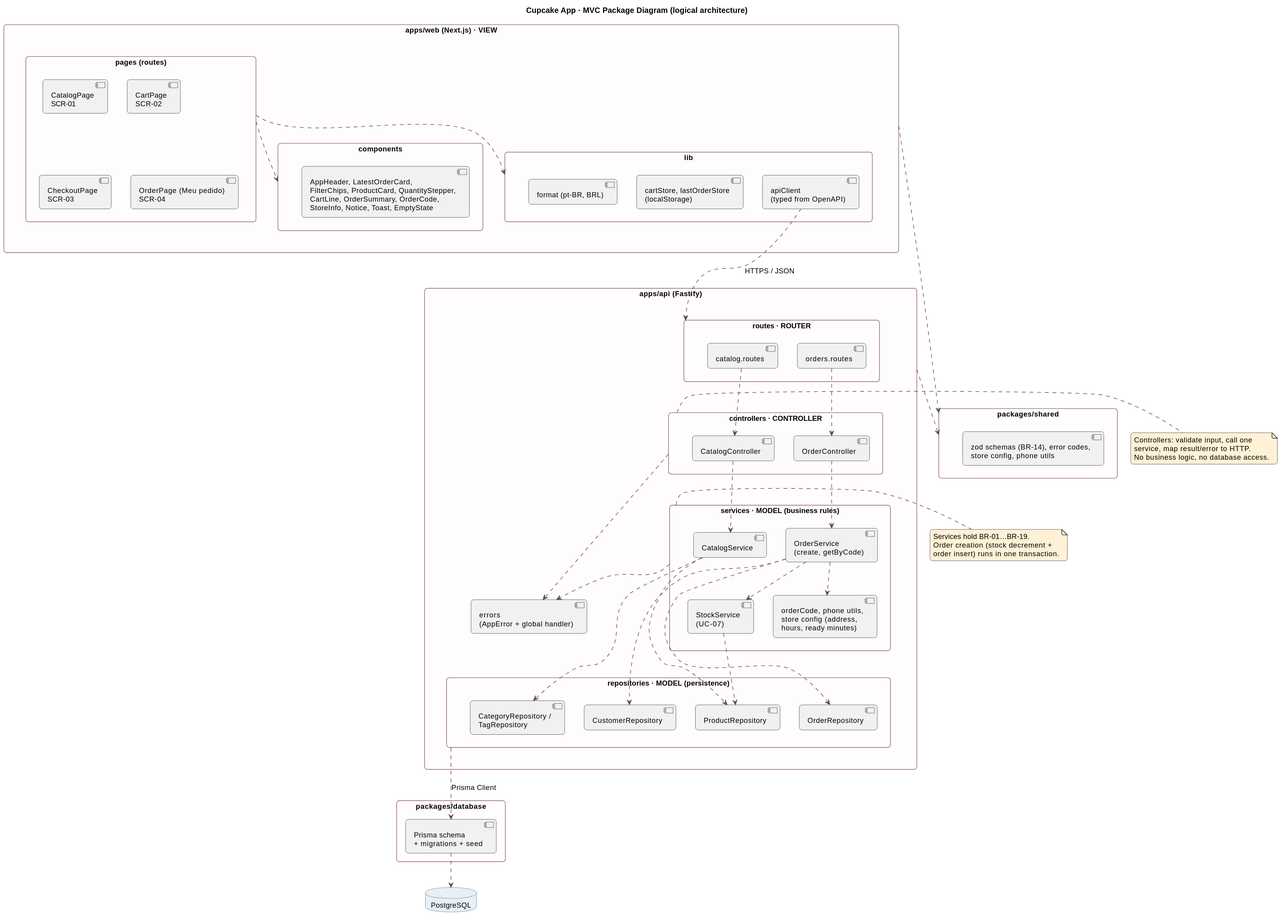
This is docs/diagrams/class-diagram/package-diagram.svg from tiagopacedev/cupcake-app, a PlantUML export, as it was before one commit. Its diagram source:
```plantuml
@startuml package-diagram
!include ../_style.iuml
title Cupcake App · MVC Package Diagram (logical architecture)
skinparam packageStyle rectangle

package "apps/web (Next.js) · VIEW" as WEB {
  package "pages (routes)" as WPages {
    [CatalogPage\nSCR-01] as P1
    [CartPage\nSCR-02] as P2
    [CheckoutPage\nSCR-03] as P3
    [OrderPage (Meu pedido)\nSCR-04] as P4
  }
  package "components" as WComp {
    [AppHeader, LatestOrderCard,\nFilterChips, ProductCard, QuantityStepper,\nCartLine, OrderSummary, OrderCode,\nStoreInfo, Notice, Toast, EmptyState] as C1
  }
  package "lib" as WLib {
    [apiClient\n(typed from OpenAPI)] as AC
    [cartStore, lastOrderStore\n(localStorage)] as CS
    [format (pt-BR, BRL)] as FMT
  }
}

package "apps/api (Fastify)" as API {
  package "routes · ROUTER" as R {
    [catalog.routes] as R1
    [orders.routes] as R2
  }
  package "controllers · CONTROLLER" as CT {
    [CatalogController] as CC
    [OrderController] as OC
  }
  package "services · MODEL (business rules)" as SV {
    [CatalogService] as CSV
    [OrderService\n(create, getByCode)] as OSV
    [StockService\n(UC-07)] as SSV
    [orderCode, phone utils,\nstore config (address,\nhours, ready minutes)] as UT
  }
  package "repositories · MODEL (persistence)" as RP {
    [ProductRepository] as PR
    [CategoryRepository /\nTagRepository] as CR
    [CustomerRepository] as CUR
    [OrderRepository] as OR
  }
  [errors\n(AppError + global handler)] as ERR
}

package "packages/database" as DBP {
  [Prisma schema\n+ migrations + seed] as PS
}

package "packages/shared" as SH {
  [zod schemas (BR-14), error codes,\nstore config, phone utils] as SHV
}

database "PostgreSQL" as PG

WPages ..> WComp
WPages ..> WLib
AC ..> R : HTTPS / JSON
R1 ..> CC
R2 ..> OC
CC ..> CSV
OC ..> OSV
OSV ..> SSV
OSV ..> UT
CSV ..> PR
CSV ..> CR
OSV ..> CUR
OSV ..> OR
SSV ..> PR
RP ..> PS : Prisma Client
PS ..> PG
CT ..> ERR
SV ..> ERR
WEB ..> SH
API ..> SH

note right of CT
  Controllers: validate input, call one
  service, map result/error to HTTP.
  No business logic, no database access.
end note
note right of SV
  Services hold BR-01…BR-19.
  Order creation (stock decrement +
  order insert) runs in one transaction.
end note
@enduml
```
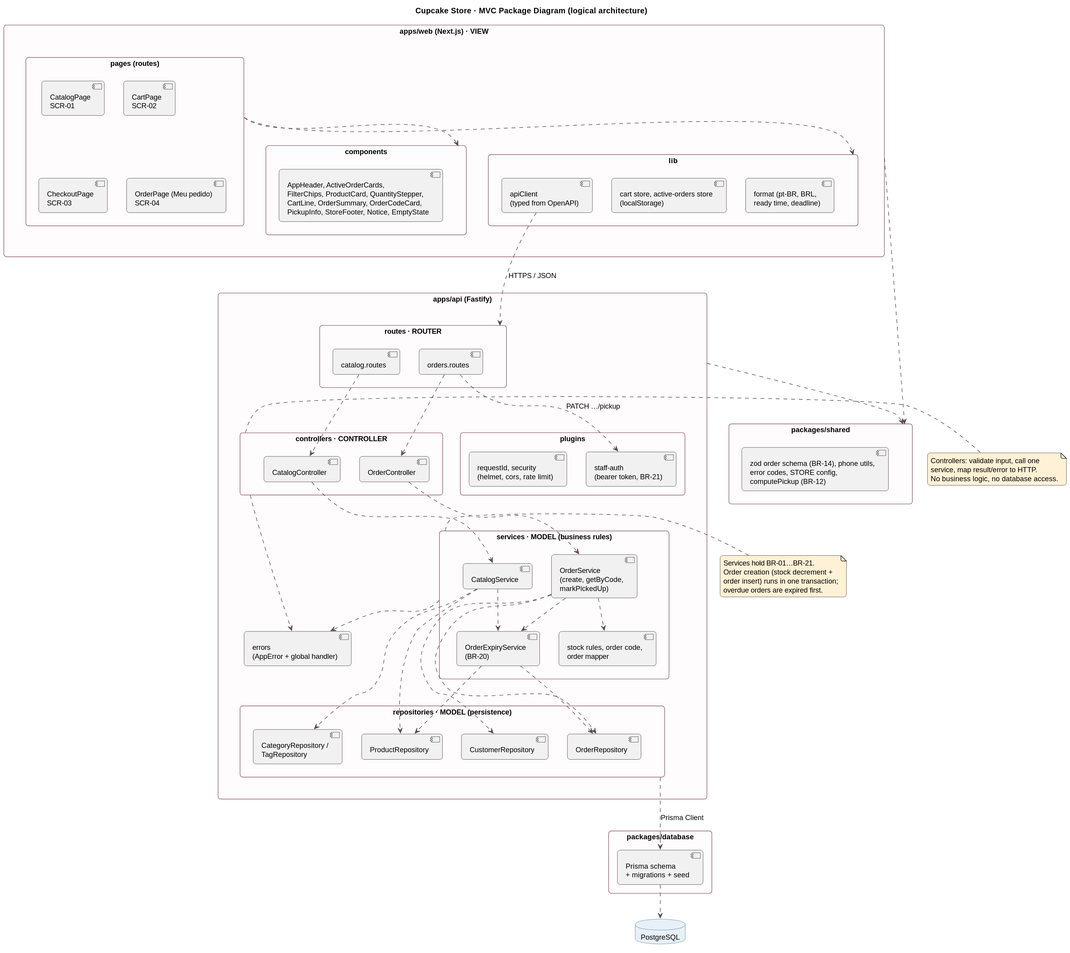
The same file after the commit.

Change to the diagram source:
```diff
@@ -1,6 +1,6 @@
 @startuml package-diagram
 !include ../_style.iuml
-title Cupcake App · MVC Package Diagram (logical architecture)
+title Cupcake Store · MVC Package Diagram (logical architecture)
 skinparam packageStyle rectangle
 
 package "apps/web (Next.js) · VIEW" as WEB {
@@ -11,16 +11,20 @@
     [OrderPage (Meu pedido)\nSCR-04] as P4
   }
   package "components" as WComp {
-    [AppHeader, LatestOrderCard,\nFilterChips, ProductCard, QuantityStepper,\nCartLine, OrderSummary, OrderCode,\nStoreInfo, Notice, Toast, EmptyState] as C1
+    [AppHeader, ActiveOrderCards,\nFilterChips, ProductCard, QuantityStepper,\nCartLine, OrderSummary, OrderCodeCard,\nPickupInfo, StoreFooter, Notice, EmptyState] as C1
   }
   package "lib" as WLib {
     [apiClient\n(typed from OpenAPI)] as AC
-    [cartStore, lastOrderStore\n(localStorage)] as CS
-    [format (pt-BR, BRL)] as FMT
+    [cart store, active-orders store\n(localStorage)] as CS
+    [format (pt-BR, BRL,\nready time, deadline)] as FMT
   }
 }
 
 package "apps/api (Fastify)" as API {
+  package "plugins" as PL {
+    [requestId, security\n(helmet, cors, rate limit)] as PLS
+    [staff-auth\n(bearer token, BR-21)] as SA
+  }
   package "routes · ROUTER" as R {
     [catalog.routes] as R1
     [orders.routes] as R2
@@ -31,9 +35,9 @@
   }
   package "services · MODEL (business rules)" as SV {
     [CatalogService] as CSV
-    [OrderService\n(create, getByCode)] as OSV
-    [StockService\n(UC-07)] as SSV
-    [orderCode, phone utils,\nstore config (address,\nhours, ready minutes)] as UT
+    [OrderService\n(create, getByCode,\nmarkPickedUp)] as OSV
+    [OrderExpiryService\n(BR-20)] as XSV
+    [stock rules, order code,\norder mapper] as UT
   }
   package "repositories · MODEL (persistence)" as RP {
     [ProductRepository] as PR
@@ -49,7 +53,7 @@
 }
 
 package "packages/shared" as SH {
-  [zod schemas (BR-14), error codes,\nstore config, phone utils] as SHV
+  [zod order schema (BR-14), phone utils,\nerror codes, STORE config,\ncomputePickup (BR-12)] as SHV
 }
 
 database "PostgreSQL" as PG
@@ -59,15 +63,18 @@
 AC ..> R : HTTPS / JSON
 R1 ..> CC
 R2 ..> OC
+R2 ..> SA : PATCH …/pickup
 CC ..> CSV
 OC ..> OSV
-OSV ..> SSV
+CSV ..> XSV
+OSV ..> XSV
 OSV ..> UT
 CSV ..> PR
 CSV ..> CR
 OSV ..> CUR
 OSV ..> OR
-SSV ..> PR
+XSV ..> OR
+XSV ..> PR
 RP ..> PS : Prisma Client
 PS ..> PG
 CT ..> ERR
@@ -81,8 +88,9 @@
   No business logic, no database access.
 end note
 note right of SV
-  Services hold BR-01…BR-19.
+  Services hold BR-01…BR-21.
   Order creation (stock decrement +
-  order insert) runs in one transaction.
+  order insert) runs in one transaction;
+  overdue orders are expired first.
 end note
 @enduml
```
